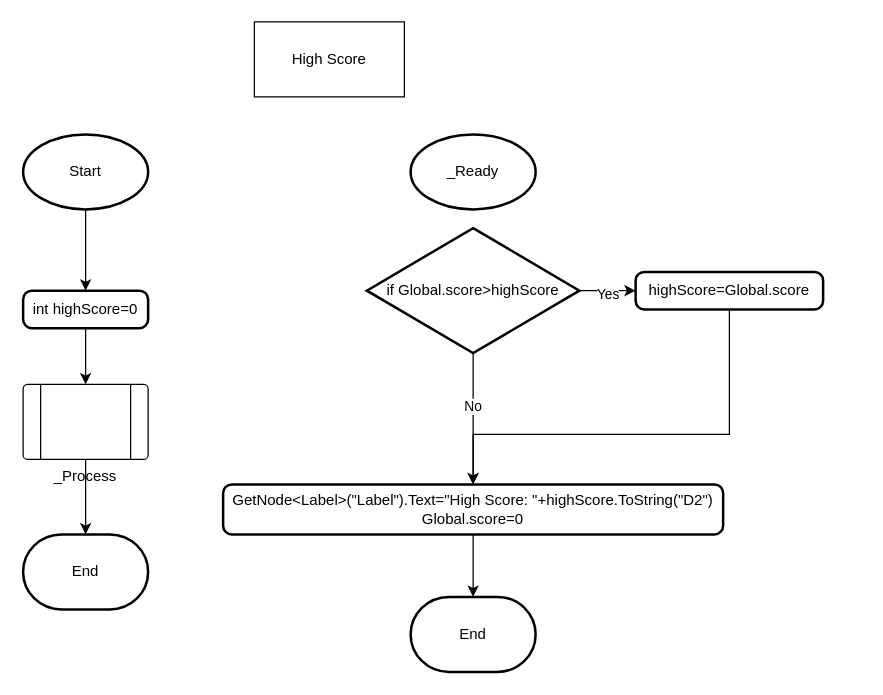
Earlier version of the draw.io diagram whack-a-robot/High Score/High Score Flowchart.drawio (BHASVIC-Kasper25/Whack-a-Robot). Source tidied: cells renumbered, new cells numbered last; positions are measured from the earlier drawing's top-left corner, leaving out a move shared by most shapes. Both pictures are drawn from the tidied source at 125%, with x=0, y=0 at pixel (22, 21).
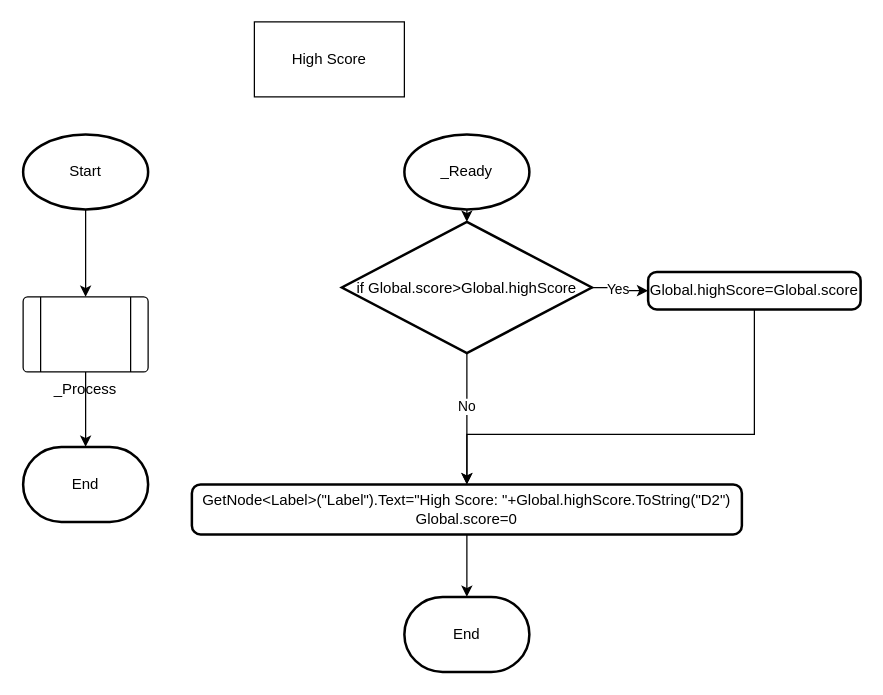
The same diagram, later.

The change refers to these unchanged cells:
```xml
<mxCell id="4" value="Start" style="strokeWidth=2;html=1;shape=mxgraph.flowchart.start_1;whiteSpace=wrap;" parent="1" vertex="1">
  <mxGeometry y="90" width="100" height="60" as="geometry" />
</mxCell>
```

What changed in the source:
```diff
@@
-    <mxCell id="3" style="edgeStyle=orthogonalEdgeStyle;rounded=0;jettySize=auto;html=1;exitX=0.5;exitY=1;exitDx=0;exitDy=0;exitPerimeter=0;entryX=0.5;entryY=0;entryDx=0;entryDy=0;defaultLabelBackgroundColor=gap;" parent="1" edge="1" source="4" target="13">
+    <mxCell id="3" style="edgeStyle=orthogonalEdgeStyle;rounded=0;jettySize=auto;html=1;exitX=0.5;exitY=1;exitDx=0;exitDy=0;exitPerimeter=0;entryX=0.5;entryY=0;entryDx=0;entryDy=0;defaultLabelBackgroundColor=gap;" parent="1" edge="1" source="4" target="6">
       <mxGeometry relative="1" as="geometry" />
     </mxCell>
@@
     <mxCell id="6" value="_Process" style="verticalLabelPosition=bottom;verticalAlign=top;html=1;shape=process;whiteSpace=wrap;rounded=1;size=0.14;arcSize=6;labelPerimeter=1;" parent="1" vertex="1">
-      <mxGeometry y="290" width="100" height="60" as="geometry" />
+      <mxGeometry y="220" width="100" height="60" as="geometry" />
     </mxCell>
     <mxCell id="7" value="End" style="strokeWidth=2;html=1;shape=mxgraph.flowchart.terminator;whiteSpace=wrap;" parent="1" vertex="1">
-      <mxGeometry y="410" width="100" height="60" as="geometry" />
+      <mxGeometry y="340" width="100" height="60" as="geometry" />
     </mxCell>
     <mxCell id="8" value="_Ready" style="strokeWidth=2;html=1;shape=mxgraph.flowchart.start_1;whiteSpace=wrap;" parent="1" vertex="1">
-      <mxGeometry x="310" y="90" width="100" height="60" as="geometry" />
+      <mxGeometry x="305" y="90" width="100" height="60" as="geometry" />
     </mxCell>
     <mxCell id="9" value="End" style="strokeWidth=2;html=1;shape=mxgraph.flowchart.terminator;whiteSpace=wrap;" parent="1" vertex="1">
-      <mxGeometry x="310" y="460" width="100" height="60" as="geometry" />
+      <mxGeometry x="305" y="460" width="100" height="60" as="geometry" />
     </mxCell>
@@
-    <mxCell id="11" value="&lt;div&gt;&lt;span style=&quot;background-color: transparent; color: light-dark(#000000, var(--ge-light-color, #ffffff));&quot;&gt;GetNode&amp;lt;Label&amp;gt;(&quot;Label&quot;).Text=&quot;High Score: &quot;+highScore.ToString(&quot;D2&quot;)&lt;/span&gt;&lt;/div&gt;&lt;div&gt;&lt;span style=&quot;background-color: transparent; color: light-dark(#000000, var(--ge-light-color, #ffffff));&quot;&gt;Global.score=0&lt;/span&gt;&lt;/div&gt;" style="rounded=1;whiteSpace=wrap;html=1;absoluteArcSize=1;arcSize=14;strokeWidth=2;" parent="1" vertex="1">
-      <mxGeometry x="160" y="370" width="400" height="40" as="geometry" />
+    <mxCell id="11" value="&lt;div&gt;&lt;span style=&quot;background-color: transparent; color: light-dark(#000000, var(--ge-light-color, #ffffff));&quot;&gt;GetNode&amp;lt;Label&amp;gt;(&quot;Label&quot;).Text=&quot;High Score: &quot;+Global.highScore.ToString(&quot;D2&quot;)&lt;/span&gt;&lt;/div&gt;&lt;div&gt;&lt;span style=&quot;background-color: transparent; color: light-dark(#000000, var(--ge-light-color, #ffffff));&quot;&gt;Global.score=0&lt;/span&gt;&lt;/div&gt;" style="rounded=1;whiteSpace=wrap;html=1;absoluteArcSize=1;arcSize=14;strokeWidth=2;" parent="1" vertex="1">
+      <mxGeometry x="135" y="370" width="440" height="40" as="geometry" />
     </mxCell>
-    <mxCell id="12" style="edgeStyle=orthogonalEdgeStyle;rounded=0;jettySize=auto;html=1;exitX=0.5;exitY=1;exitDx=0;exitDy=0;entryX=0.5;entryY=0;entryDx=0;entryDy=0;defaultLabelBackgroundColor=gap;" parent="1" edge="1" source="13" target="6">
-      <mxGeometry relative="1" as="geometry" />
-    </mxCell>
-    <mxCell id="13" value="int highScore=0" style="rounded=1;whiteSpace=wrap;html=1;absoluteArcSize=1;arcSize=14;strokeWidth=2;" parent="1" vertex="1">
-      <mxGeometry y="215" width="100" height="30" as="geometry" />
-    </mxCell>
@@
-    <mxCell id="18" value="if Global.score&amp;gt;highScore" style="strokeWidth=2;html=1;shape=mxgraph.flowchart.decision;whiteSpace=wrap;" parent="1" vertex="1">
-      <mxGeometry x="275" y="165" width="170" height="100" as="geometry" />
+    <mxCell id="18" value="if Global.score&amp;gt;Global.highScore" style="strokeWidth=2;html=1;shape=mxgraph.flowchart.decision;whiteSpace=wrap;" parent="1" vertex="1">
+      <mxGeometry x="255" y="160" width="200" height="105" as="geometry" />
     </mxCell>
@@
-    <mxCell id="20" value="highScore=Global.score" style="rounded=1;whiteSpace=wrap;html=1;absoluteArcSize=1;arcSize=14;strokeWidth=2;" parent="1" vertex="1">
-      <mxGeometry x="490" y="200" width="150" height="30" as="geometry" />
+    <mxCell id="20" value="Global.highScore=Global.score" style="rounded=1;whiteSpace=wrap;html=1;absoluteArcSize=1;arcSize=14;strokeWidth=2;" parent="1" vertex="1">
+      <mxGeometry x="500" y="200" width="170" height="30" as="geometry" />
     </mxCell>
+    <mxCell id="21" style="edgeStyle=orthogonalEdgeStyle;rounded=0;jettySize=auto;html=1;exitX=0.5;exitY=1;exitDx=0;exitDy=0;exitPerimeter=0;entryX=0.5;entryY=0;entryDx=0;entryDy=0;entryPerimeter=0;defaultLabelBackgroundColor=gap;" parent="1" edge="1" source="8" target="18">
+      <mxGeometry relative="1" as="geometry" />
+    </mxCell>
```
